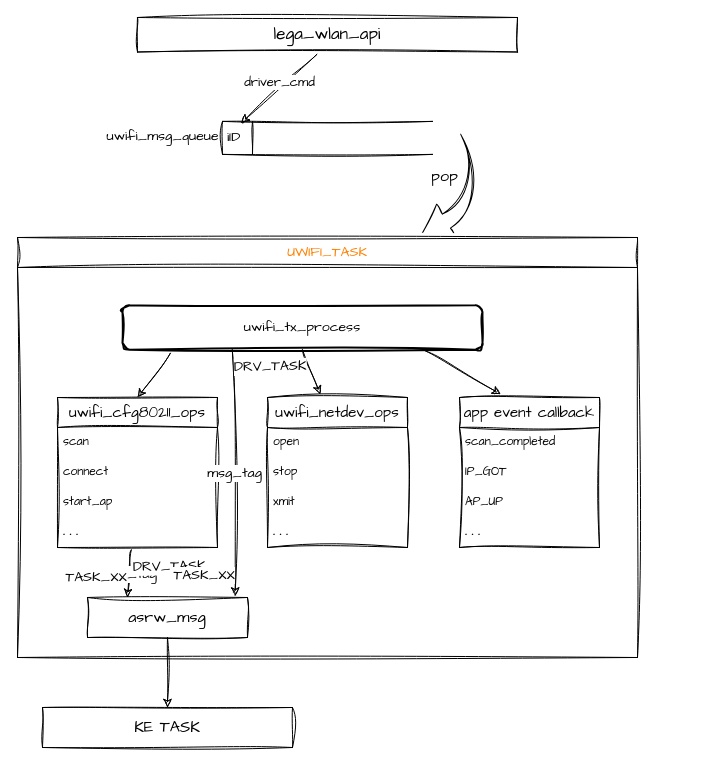
Before: 未命名绘图.drawio in zerosensei/rf_debug, a draw.io diagram. Source tidied: cells renumbered, new cells numbered last; positions are measured from the earlier drawing's top-left corner, leaving out a move shared by most shapes. Both pictures are drawn from the tidied source at 100%, with x=0, y=0 at pixel (17, 17).
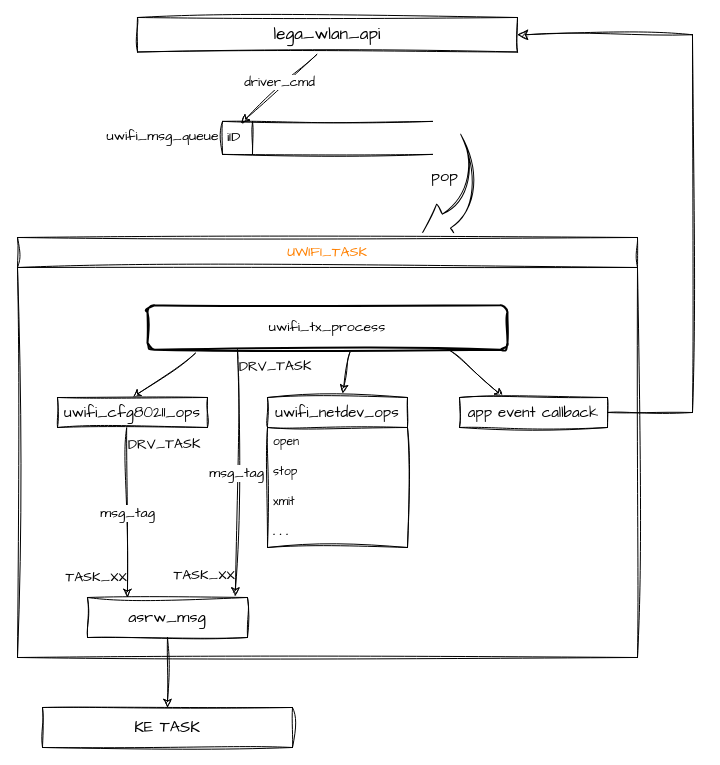
Above is the later version.

Commit message:
更新未命名绘图.drawio

The change refers to these unchanged cells:
```xml
<mxCell id="2" value="&lt;font style=&quot;font-size: 17px;&quot;&gt;lega_wlan_api&lt;/font&gt;" style="rounded=0;whiteSpace=wrap;html=1;sketch=1;hachureGap=4;jiggle=2;curveFitting=1;fontFamily=Architects Daughter;" parent="1" vertex="1">
  <mxGeometry x="120" width="380" height="34.5" as="geometry" />
</mxCell>
<mxCell id="9" value="&lt;span style=&quot;font-size: 14px; font-weight: 400; text-wrap: nowrap;&quot;&gt;&lt;font color=&quot;#ff8000&quot;&gt;UWIFI_TASK&lt;/font&gt;&lt;/span&gt;" style="swimlane;whiteSpace=wrap;html=1;sketch=1;hachureGap=4;jiggle=2;curveFitting=1;fontFamily=Architects Daughter;startSize=30;" parent="1" vertex="1">
  <mxGeometry y="220" width="620" height="420" as="geometry" />
</mxCell>
<mxCell id="19" value="&lt;span style=&quot;font-size: 15px;&quot;&gt;uwifi_netdev_ops&lt;/span&gt;" style="swimlane;fontStyle=0;horizontal=1;startSize=30;whiteSpace=wrap;html=1;sketch=1;hachureGap=4;jiggle=2;curveFitting=1;fontFamily=Architects Daughter;" parent="9" vertex="1">
  <mxGeometry x="250" y="160" width="140" height="150" as="geometry" />
</mxCell>
<mxCell id="29" value="&lt;font style=&quot;font-size: 16px;&quot;&gt;asrw_msg&lt;/font&gt;" style="whiteSpace=wrap;html=1;sketch=1;hachureGap=4;jiggle=2;curveFitting=1;fontFamily=Architects Daughter;" parent="9" vertex="1">
  <mxGeometry x="70" y="360" width="160" height="40" as="geometry" />
</mxCell>
```

The edit, as a diff of the source:
```diff
@@
     <mxCell id="10" value="&lt;span style=&quot;font-size: 14px; text-wrap: nowrap;&quot;&gt;uwifi_tx_process&lt;/span&gt;" style="rounded=1;whiteSpace=wrap;html=1;absoluteArcSize=1;arcSize=14;strokeWidth=2;sketch=1;hachureGap=4;jiggle=2;curveFitting=1;fontFamily=Architects Daughter;" parent="9" vertex="1">
-      <mxGeometry x="105" y="67.7" width="360" height="44.6" as="geometry" />
+      <mxGeometry x="130" y="67.7" width="360" height="44.6" as="geometry" />
     </mxCell>
@@
-    <mxCell id="12" style="endArrow=classic;html=1;rounded=0;sketch=1;hachureGap=4;jiggle=2;curveFitting=1;fontFamily=Architects Daughter;entryX=0.377;entryY=-0.022;entryDx=0;entryDy=0;exitX=0.5;exitY=1;exitDx=0;exitDy=0;entryPerimeter=0;" parent="9" edge="1" source="10" target="19">
+    <mxCell id="12" style="endArrow=classic;html=1;rounded=0;sketch=1;hachureGap=4;jiggle=2;curveFitting=1;fontFamily=Architects Daughter;entryX=0.537;entryY=-0.029;entryDx=0;entryDy=0;exitX=0.562;exitY=1.06;exitDx=0;exitDy=0;entryPerimeter=0;exitPerimeter=0;" parent="9" edge="1" source="10" target="19">
       <mxGeometry relative="1" as="geometry" />
     </mxCell>
@@
-    <mxCell id="14" value="&lt;span style=&quot;font-size: 15px;&quot;&gt;uwifi_cfg80211_ops&lt;/span&gt;" style="swimlane;fontStyle=0;horizontal=1;startSize=30;whiteSpace=wrap;html=1;sketch=1;hachureGap=4;jiggle=2;curveFitting=1;fontFamily=Architects Daughter;" parent="9" vertex="1">
-      <mxGeometry x="40" y="160" width="160" height="150" as="geometry" />
+    <mxCell id="14" value="&lt;span style=&quot;font-size: 15px;&quot;&gt;uwifi_cfg80211_ops&lt;/span&gt;" style="swimlane;fontStyle=0;horizontal=1;startSize=30;whiteSpace=wrap;html=1;sketch=1;hachureGap=4;jiggle=2;curveFitting=1;fontFamily=Architects Daughter;" parent="9" vertex="1" collapsed="1">
+      <mxGeometry x="40" y="160" width="150" height="30" as="geometry" />
     </mxCell>
-    <mxCell id="15" value="scan" style="text;strokeColor=none;fillColor=none;align=left;verticalAlign=middle;spacingLeft=4;spacingRight=4;overflow=hidden;whiteSpace=wrap;html=1;fontFamily=Architects Daughter;" parent="14" vertex="1">
-      <mxGeometry y="30" width="160" height="30" as="geometry" />
-    </mxCell>
-    <mxCell id="16" value="connect" style="text;strokeColor=none;fillColor=none;align=left;verticalAlign=middle;spacingLeft=4;spacingRight=4;overflow=hidden;whiteSpace=wrap;html=1;fontFamily=Architects Daughter;" parent="14" vertex="1">
-      <mxGeometry y="60" width="160" height="30" as="geometry" />
-    </mxCell>
-    <mxCell id="17" value="start_ap" style="text;strokeColor=none;fillColor=none;align=left;verticalAlign=middle;spacingLeft=4;spacingRight=4;overflow=hidden;whiteSpace=wrap;html=1;fontFamily=Architects Daughter;" parent="14" vertex="1">
-      <mxGeometry y="90" width="160" height="30" as="geometry" />
-    </mxCell>
-    <mxCell id="18" value="&lt;b&gt;. . .&lt;/b&gt;" style="text;strokeColor=none;fillColor=none;align=left;verticalAlign=middle;spacingLeft=4;spacingRight=4;overflow=hidden;whiteSpace=wrap;html=1;fontFamily=Architects Daughter;" parent="14" vertex="1">
-      <mxGeometry y="120" width="160" height="30" as="geometry" />
-    </mxCell>
@@
-    <mxCell id="24" value="&lt;span style=&quot;font-size: 15px;&quot;&gt;app event callback&lt;/span&gt;" style="swimlane;fontStyle=0;horizontal=1;startSize=30;whiteSpace=wrap;html=1;sketch=1;hachureGap=4;jiggle=2;curveFitting=1;fontFamily=Architects Daughter;" parent="9" vertex="1">
-      <mxGeometry x="442" y="160" width="140" height="150" as="geometry" />
+    <mxCell id="24" value="&lt;span style=&quot;font-size: 15px;&quot;&gt;app event callback&lt;/span&gt;" style="swimlane;fontStyle=0;horizontal=1;startSize=30;whiteSpace=wrap;html=1;sketch=1;hachureGap=4;jiggle=2;curveFitting=1;fontFamily=Architects Daughter;" parent="9" vertex="1" collapsed="1">
+      <mxGeometry x="442" y="160" width="148" height="30" as="geometry" />
     </mxCell>
-    <mxCell id="25" value="scan_completed" style="text;strokeColor=none;fillColor=none;align=left;verticalAlign=middle;spacingLeft=4;spacingRight=4;overflow=hidden;whiteSpace=wrap;html=1;fontFamily=Architects Daughter;" parent="24" vertex="1">
-      <mxGeometry y="30" width="140" height="30" as="geometry" />
-    </mxCell>
-    <mxCell id="26" value="IP_GOT" style="text;strokeColor=none;fillColor=none;align=left;verticalAlign=middle;spacingLeft=4;spacingRight=4;overflow=hidden;whiteSpace=wrap;html=1;fontFamily=Architects Daughter;" parent="24" vertex="1">
-      <mxGeometry y="60" width="140" height="30" as="geometry" />
-    </mxCell>
-    <mxCell id="27" value="AP_UP" style="text;strokeColor=none;fillColor=none;align=left;verticalAlign=middle;spacingLeft=4;spacingRight=4;overflow=hidden;whiteSpace=wrap;html=1;fontFamily=Architects Daughter;" parent="24" vertex="1">
-      <mxGeometry y="90" width="140" height="30" as="geometry" />
-    </mxCell>
-    <mxCell id="28" value="&lt;b&gt;. . .&lt;/b&gt;" style="text;strokeColor=none;fillColor=none;align=left;verticalAlign=middle;spacingLeft=4;spacingRight=4;overflow=hidden;whiteSpace=wrap;html=1;fontFamily=Architects Daughter;" parent="24" vertex="1">
-      <mxGeometry y="120" width="140" height="30" as="geometry" />
-    </mxCell>
@@
-    <mxCell id="34" style="endArrow=classic;html=1;rounded=0;sketch=1;hachureGap=4;jiggle=2;curveFitting=1;fontFamily=Architects Daughter;entryX=0.924;entryY=-0.035;entryDx=0;entryDy=0;exitX=0.305;exitY=1;exitDx=0;exitDy=0;exitPerimeter=0;entryPerimeter=0;" parent="9" edge="1" source="10" target="29">
+    <mxCell id="34" style="endArrow=classic;html=1;rounded=0;sketch=1;hachureGap=4;jiggle=2;curveFitting=1;fontFamily=Architects Daughter;entryX=0.924;entryY=-0.035;entryDx=0;entryDy=0;entryPerimeter=0;exitX=0.25;exitY=1;exitDx=0;exitDy=0;" parent="9" edge="1" source="10" target="29">
       <mxGeometry relative="1" as="geometry" />
     </mxCell>
@@
+    <mxCell id="40" style="edgeStyle=elbowEdgeStyle;elbow=horizontal;endArrow=classic;html=1;curved=0;rounded=0;endSize=8;startSize=8;sketch=1;hachureGap=4;jiggle=2;curveFitting=1;fontFamily=Architects Daughter;entryX=1;entryY=0.5;entryDx=0;entryDy=0;" parent="1" edge="1" source="24" target="2">
+      <mxGeometry relative="1" as="geometry">
+        <Array as="points">
+          <mxPoint x="675" y="240" />
+        </Array>
+      </mxGeometry>
+    </mxCell>
```
